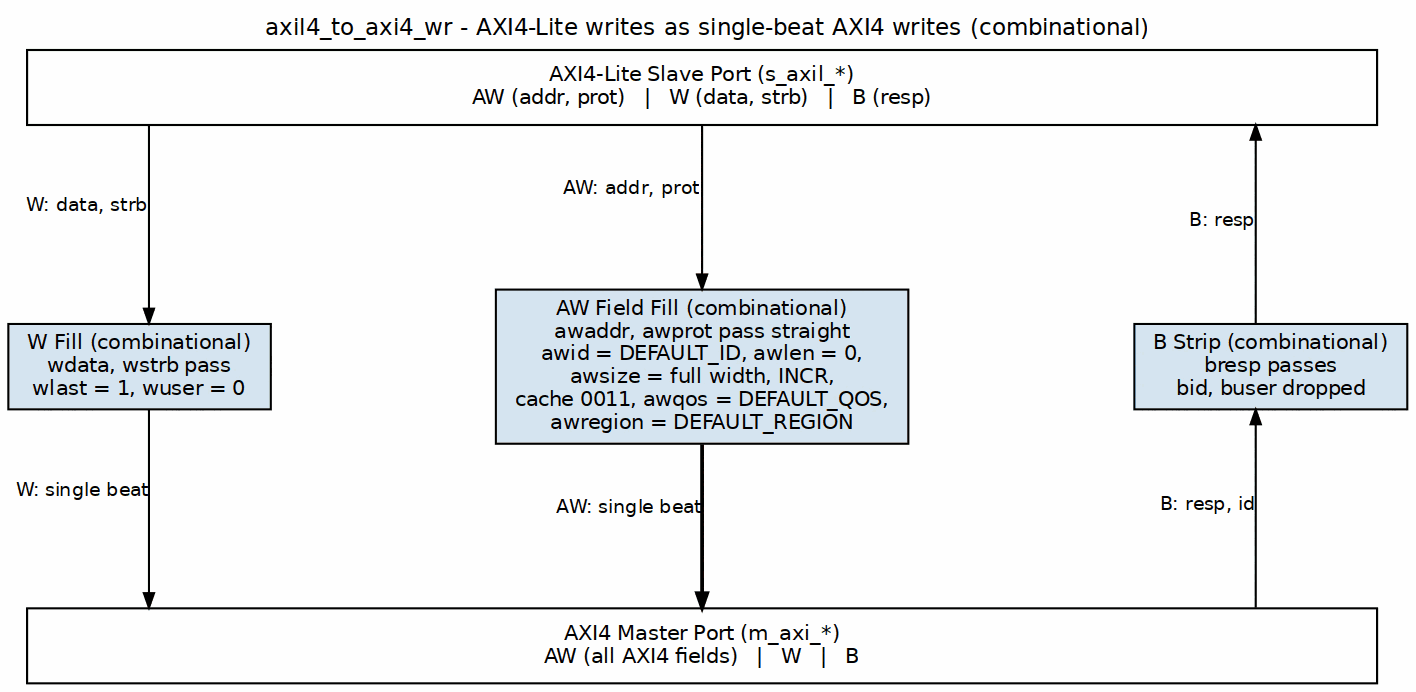
Above: projects/components/utility-ip/converters/docs/converter_mas/assets/graphviz/axil4_to_axi4_wr.png in sean-galloway/RTLDesignSherpa (Graphviz), before the change. Its source is kept beside it as projects/components/utility-ip/converters/docs/converter_mas/assets/graphviz/axil4_to_axi4_wr.dot.
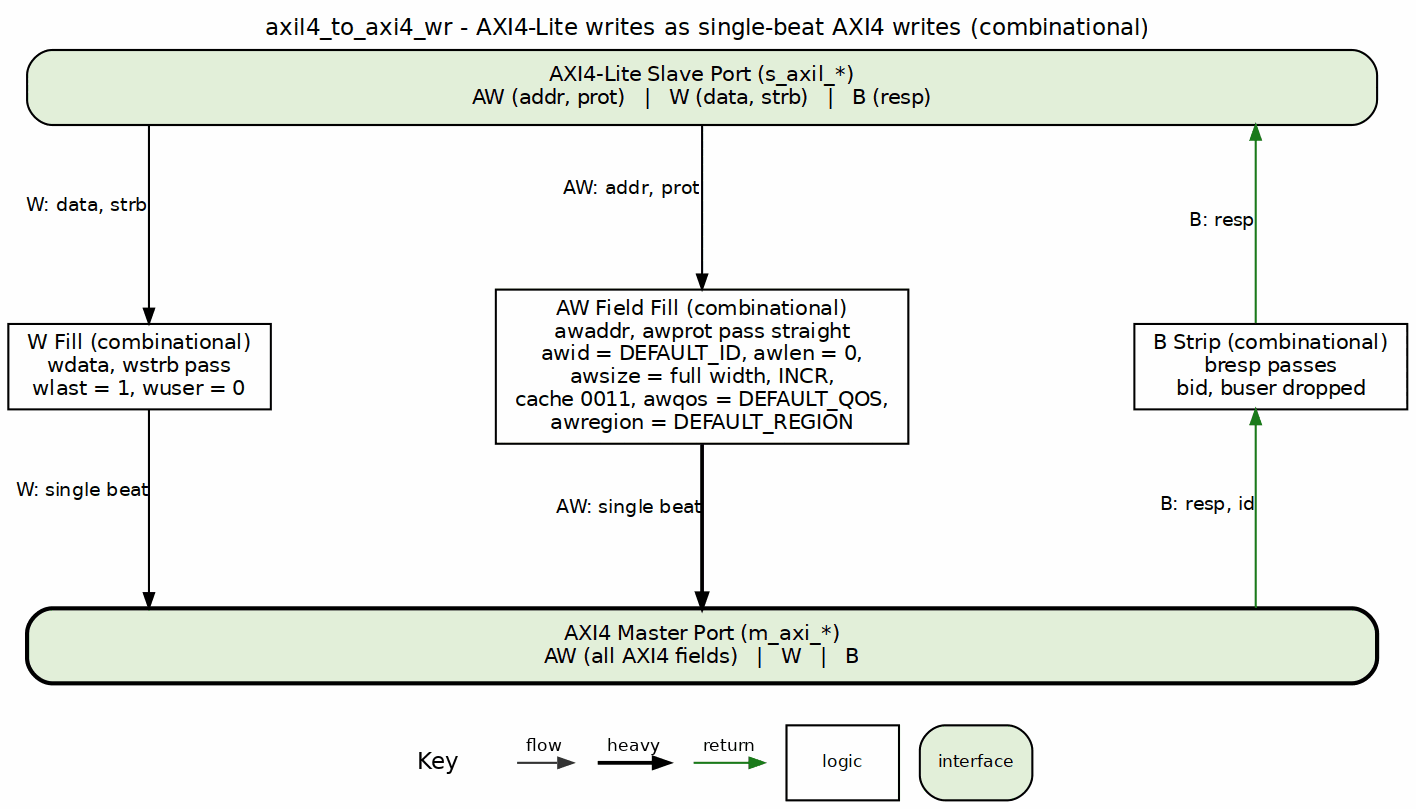
The same file after the commit.

The edit, as a diff of the source:
```diff
@@ -3,24 +3,24 @@
            nodesep="0.50", ranksep="1.10", splines=ortho, newrank=true,
            labelloc=t, labeljust=c];
     node  [fontname="Helvetica", fontsize=10, shape=box, style=filled,
-           fillcolor="#D6E4F0", color="black", margin="0.12,0.06"];
+           fillcolor="white", color="black", margin="0.12,0.06"];
     edge  [fontname="Helvetica", fontsize=9, color="black", arrowsize=0.7];
     label="axil4_to_axi4_wr - AXI4-Lite writes as single-beat AXI4 writes (combinational)";
 
-    s   [label="AXI4-Lite Slave Port (s_axil_*)\nAW (addr, prot)   |   W (data, strb)   |   B (resp)", fillcolor="white", width=9.0];
+    s   [label="AXI4-Lite Slave Port (s_axil_*)\nAW (addr, prot)   |   W (data, strb)   |   B (resp)", fillcolor="white", width=9.0, style="rounded,filled", fillcolor="#E2EFDA"];
 
-    w   [label="W Fill (combinational)\nwdata, wstrb pass\nwlast = 1, wuser = 0"];
-    aw  [label="AW Field Fill (combinational)\nawaddr, awprot pass straight\nawid = DEFAULT_ID, awlen = 0,\nawsize = full width, INCR,\ncache 0011, awqos = DEFAULT_QOS,\nawregion = DEFAULT_REGION"];
-    b   [label="B Strip (combinational)\nbresp passes\nbid, buser dropped"];
+    w   [label="W Fill (combinational)\nwdata, wstrb pass\nwlast = 1, wuser = 0", style="filled", fillcolor="white"];
+    aw  [label="AW Field Fill (combinational)\nawaddr, awprot pass straight\nawid = DEFAULT_ID, awlen = 0,\nawsize = full width, INCR,\ncache 0011, awqos = DEFAULT_QOS,\nawregion = DEFAULT_REGION", style="filled", fillcolor="white"];
+    b   [label="B Strip (combinational)\nbresp passes\nbid, buser dropped", style="filled", fillcolor="white"];
 
-    m   [label="AXI4 Master Port (m_axi_*)\nAW (all AXI4 fields)   |   W   |   B", fillcolor="white", width=9.0];
+    m   [label="AXI4 Master Port (m_axi_*)\nAW (all AXI4 fields)   |   W   |   B", fillcolor="white", width=9.0, style="rounded,filled,bold", fillcolor="#E2EFDA"];
 
     s   -> w  [xlabel="W: data, strb"];
     w   -> m  [xlabel="W: single beat"];
     s   -> aw [xlabel="AW: addr, prot"];
     aw  -> m  [xlabel="AW: single beat", penwidth=1.8];
-    s   -> b  [dir=back, xlabel="B: resp"];
-    b   -> m  [dir=back, xlabel="B: resp, id"];
+    s   -> b  [color="#1A7A1A", dir=back, xlabel="B: resp"];
+    b   -> m  [color="#1A7A1A", dir=back, xlabel="B: resp, id"];
 
     sp1 [label="", width=0.5, style=invis];
     sp2 [label="", width=0.5, style=invis];
```
